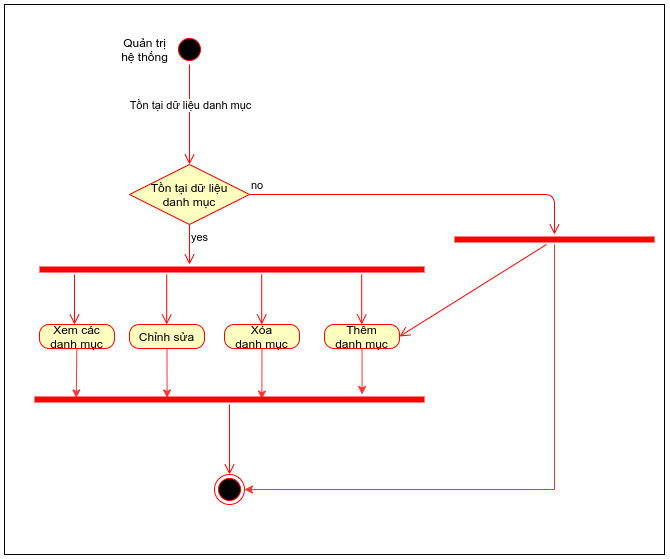
Before: img/UML/Admin/danhmucActivity.png, a diagram exported from draw.io (namgold/LVTN_REPORT). Source tidied: cells renumbered, new cells last; positions are measured from the earlier drawing's top-left corner, leaving out a move shared by most shapes.
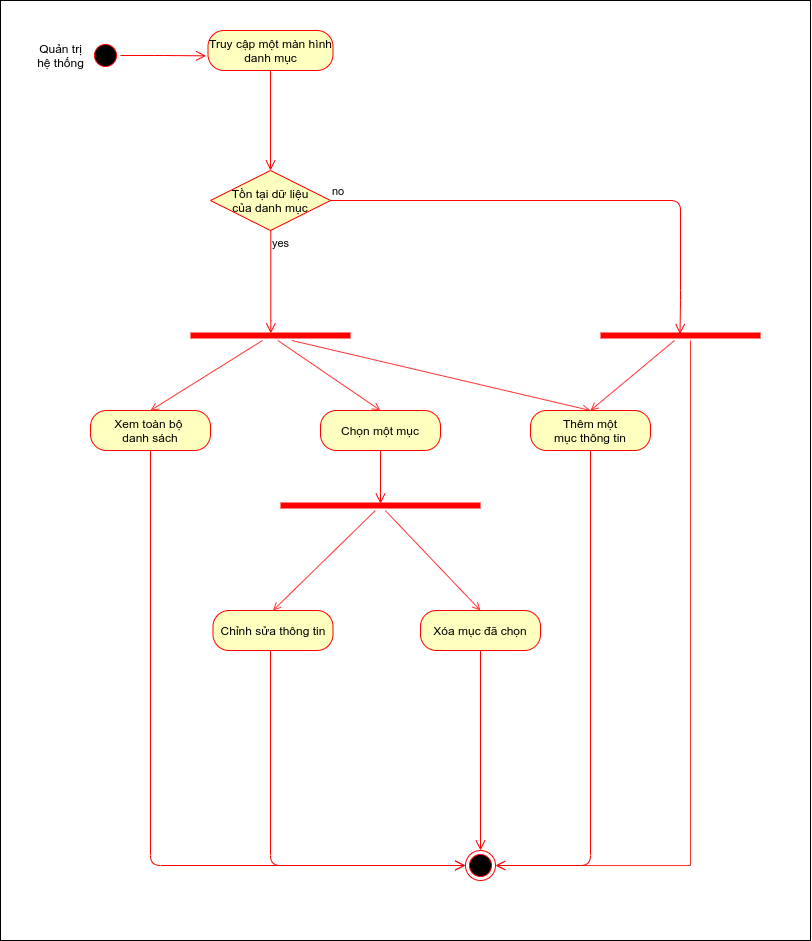
The same file after the commit.

What changed in the source:
```diff
@@ -2,115 +2,121 @@
   <root>
     <mxCell id="0" />
     <mxCell id="1" parent="0" />
-    <mxCell id="2" style="ellipse;html=1;shape=startState;fillColor=#000000;strokeColor=#ff0000;" parent="1" vertex="1">
-      <mxGeometry x="170" y="30" width="30" height="30" as="geometry" />
-    </mxCell>
-    <mxCell id="3" style="edgeStyle=orthogonalEdgeStyle;html=1;verticalAlign=bottom;endArrow=open;endSize=8;strokeColor=#ff0000;" parent="1" edge="1" source="2">
-      <mxGeometry relative="1" as="geometry">
-        <mxPoint x="185" y="160" as="targetPoint" />
-      </mxGeometry>
-    </mxCell>
-    <mxCell id="4" value="Tồn tại dữ liệu danh mục" style="edgeLabel;html=1;align=center;verticalAlign=middle;" parent="3" vertex="1">
-      <mxGeometry x="-0.61" relative="1" as="geometry">
-        <mxPoint y="20.3" as="offset" />
-      </mxGeometry>
-    </mxCell>
     <mxCell id="5" value="Quản trị&lt;br&gt;hệ thống" style="text;html=1;align=center;verticalAlign=middle;" parent="1" vertex="1">
-      <mxGeometry x="110" y="30" width="60" height="30" as="geometry" />
+      <mxGeometry x="10" y="-10" width="60" height="30" as="geometry" />
     </mxCell>
-    <mxCell id="6" value="Tồn tại dữ liệu&lt;br&gt;danh mục" style="rhombus;whiteSpace=wrap;html=1;fillColor=#ffffc0;strokeColor=#ff0000;" parent="1" vertex="1">
-      <mxGeometry x="125" y="160" width="120" height="60" as="geometry" />
+    <mxCell id="6" value="Tồn tại dữ liệu&lt;br&gt;của danh mục" style="rhombus;whiteSpace=wrap;html=1;fillColor=#ffffc0;strokeColor=#ff0000;" parent="1" vertex="1">
+      <mxGeometry x="190" y="120" width="120" height="60" as="geometry" />
     </mxCell>
-    <mxCell id="7" value="no" style="edgeStyle=orthogonalEdgeStyle;html=1;align=left;verticalAlign=bottom;endArrow=open;endSize=8;strokeColor=#ff0000;exitX=1;exitY=0.5;exitDx=0;exitDy=0;" parent="1" edge="1" source="6">
+    <mxCell id="7" value="no" style="edgeStyle=orthogonalEdgeStyle;html=1;align=left;verticalAlign=bottom;endArrow=open;endSize=8;strokeColor=#ff0000;exitX=1;exitY=0.5;exitDx=0;exitDy=0;entryX=0.497;entryY=0.357;entryDx=0;entryDy=0;entryPerimeter=0;" parent="1" edge="1" source="6" target="26">
       <mxGeometry x="-1" relative="1" as="geometry">
-        <mxPoint x="550" y="230" as="targetPoint" />
         <Array as="points">
-          <mxPoint x="550" y="190" />
+          <mxPoint x="660" y="150" />
+          <mxPoint x="660" y="250" />
+          <mxPoint x="660" y="250" />
         </Array>
       </mxGeometry>
     </mxCell>
-    <mxCell id="8" value="yes" style="edgeStyle=orthogonalEdgeStyle;html=1;align=left;verticalAlign=top;endArrow=open;endSize=8;strokeColor=#ff0000;" parent="1" edge="1" source="6">
+    <mxCell id="8" value="yes" style="edgeStyle=orthogonalEdgeStyle;html=1;align=left;verticalAlign=top;endArrow=open;endSize=8;strokeColor=#ff0000;entryX=0.502;entryY=0.286;entryDx=0;entryDy=0;entryPerimeter=0;" parent="1" edge="1" source="6" target="9">
       <mxGeometry x="-1" relative="1" as="geometry">
-        <mxPoint x="185" y="260" as="targetPoint" />
+        <Array as="points">
+          <mxPoint x="250" y="280" />
+        </Array>
       </mxGeometry>
     </mxCell>
+    <mxCell id="29" style="rounded=0;jettySize=auto;html=1;endArrow=open;endFill=0;strokeColor=#FF3333;entryX=0.5;entryY=0;entryDx=0;entryDy=0;" parent="1" edge="1" source="9" target="36">
+      <mxGeometry relative="1" as="geometry" />
+    </mxCell>
+    <mxCell id="30" style="edgeStyle=none;rounded=0;jettySize=auto;html=1;entryX=0.5;entryY=0;entryDx=0;entryDy=0;endArrow=open;endFill=0;strokeColor=#FF3333;" parent="1" edge="1" source="9" target="38">
+      <mxGeometry relative="1" as="geometry" />
+    </mxCell>
+    <mxCell id="31" style="rounded=0;jettySize=auto;html=1;entryX=0.5;entryY=0;entryDx=0;entryDy=0;endArrow=open;endFill=0;strokeColor=#FF3333;" parent="1" edge="1" source="9" target="47">
+      <mxGeometry relative="1" as="geometry" />
+    </mxCell>
     <mxCell id="9" style="shape=line;html=1;strokeWidth=6;strokeColor=#ff0000;fillColor=none;" parent="1" vertex="1">
-      <mxGeometry x="35" y="260" width="385" height="10" as="geometry" />
+      <mxGeometry x="170" y="280" width="160" height="10" as="geometry" />
     </mxCell>
-    <mxCell id="10" style="edgeStyle=none;rounded=0;jettySize=auto;html=1;entryX=0.107;entryY=0.343;entryDx=0;entryDy=0;entryPerimeter=0;strokeColor=#FF3333;" parent="1" edge="1" source="11" target="22">
-      <mxGeometry relative="1" as="geometry" />
-    </mxCell>
-    <mxCell id="11" value="Xem các danh mục" style="rounded=1;whiteSpace=wrap;html=1;arcSize=40;fontColor=#000000;fillColor=#ffffc0;strokeColor=#ff0000;" parent="1" vertex="1">
-      <mxGeometry x="35" y="320" width="75" height="24" as="geometry" />
-    </mxCell>
-    <mxCell id="12" style="edgeStyle=none;rounded=0;jettySize=auto;html=1;exitX=0.5;exitY=1;exitDx=0;exitDy=0;entryX=0.34;entryY=0.343;entryDx=0;entryDy=0;entryPerimeter=0;strokeColor=#FF3333;" parent="1" edge="1" source="13" target="22">
-      <mxGeometry relative="1" as="geometry" />
-    </mxCell>
-    <mxCell id="13" value="Chỉnh sửa" style="rounded=1;whiteSpace=wrap;html=1;arcSize=40;fontColor=#000000;fillColor=#ffffc0;strokeColor=#ff0000;" parent="1" vertex="1">
-      <mxGeometry x="125" y="320" width="75" height="24" as="geometry" />
-    </mxCell>
-    <mxCell id="14" style="edgeStyle=none;rounded=0;jettySize=auto;html=1;strokeColor=#FF3333;entryX=0.583;entryY=0.457;entryDx=0;entryDy=0;entryPerimeter=0;" parent="1" edge="1" source="15" target="22">
-      <mxGeometry relative="1" as="geometry" />
-    </mxCell>
-    <mxCell id="15" value="Xóa&lt;br&gt;danh mục" style="rounded=1;whiteSpace=wrap;html=1;arcSize=40;fontColor=#000000;fillColor=#ffffc0;strokeColor=#ff0000;" parent="1" vertex="1">
-      <mxGeometry x="220" y="320" width="75" height="24" as="geometry" />
-    </mxCell>
-    <mxCell id="16" style="edgeStyle=none;rounded=0;jettySize=auto;html=1;entryX=0.84;entryY=0;entryDx=0;entryDy=0;entryPerimeter=0;strokeColor=#FF3333;" parent="1" edge="1" source="17" target="22">
-      <mxGeometry relative="1" as="geometry" />
-    </mxCell>
-    <mxCell id="17" value="Thêm&lt;br&gt;danh mục" style="rounded=1;whiteSpace=wrap;html=1;arcSize=40;fontColor=#000000;fillColor=#ffffc0;strokeColor=#ff0000;" parent="1" vertex="1">
-      <mxGeometry x="320" y="320" width="75" height="24" as="geometry" />
-    </mxCell>
-    <mxCell id="18" style="edgeStyle=orthogonalEdgeStyle;html=1;align=left;verticalAlign=top;endArrow=open;endSize=8;strokeColor=#ff0000;" parent="1" edge="1">
-      <mxGeometry x="-1" relative="1" as="geometry">
-        <mxPoint x="70" y="270" as="sourcePoint" />
-        <mxPoint x="70" y="320" as="targetPoint" />
-      </mxGeometry>
-    </mxCell>
-    <mxCell id="19" style="edgeStyle=orthogonalEdgeStyle;html=1;align=left;verticalAlign=top;endArrow=open;endSize=8;strokeColor=#ff0000;" parent="1" edge="1">
-      <mxGeometry x="-1" relative="1" as="geometry">
-        <mxPoint x="162.2" y="270" as="sourcePoint" />
-        <mxPoint x="162.2" y="320" as="targetPoint" />
-      </mxGeometry>
-    </mxCell>
-    <mxCell id="20" style="edgeStyle=orthogonalEdgeStyle;html=1;align=left;verticalAlign=top;endArrow=open;endSize=8;strokeColor=#ff0000;" parent="1" edge="1">
-      <mxGeometry x="-1" relative="1" as="geometry">
-        <mxPoint x="257.2" y="270" as="sourcePoint" />
-        <mxPoint x="257.2" y="320" as="targetPoint" />
-      </mxGeometry>
-    </mxCell>
-    <mxCell id="21" style="edgeStyle=orthogonalEdgeStyle;html=1;align=left;verticalAlign=top;endArrow=open;endSize=8;strokeColor=#ff0000;" parent="1" edge="1">
-      <mxGeometry x="-1" relative="1" as="geometry">
-        <mxPoint x="357.2" y="270" as="sourcePoint" />
-        <mxPoint x="357.2" y="320" as="targetPoint" />
-      </mxGeometry>
-    </mxCell>
-    <mxCell id="22" style="shape=line;html=1;strokeWidth=6;strokeColor=#ff0000;fillColor=none;" parent="1" vertex="1">
-      <mxGeometry x="30" y="390" width="390" height="10" as="geometry" />
-    </mxCell>
-    <mxCell id="23" style="edgeStyle=orthogonalEdgeStyle;html=1;verticalAlign=bottom;endArrow=open;endSize=8;strokeColor=#ff0000;" parent="1" edge="1" source="22">
-      <mxGeometry relative="1" as="geometry">
-        <mxPoint x="225" y="470" as="targetPoint" />
-      </mxGeometry>
-    </mxCell>
-    <mxCell id="24" style="ellipse;html=1;shape=endState;fillColor=#000000;strokeColor=#ff0000;" parent="1" vertex="1">
-      <mxGeometry x="210" y="470" width="30" height="30" as="geometry" />
-    </mxCell>
-    <mxCell id="25" style="edgeStyle=orthogonalEdgeStyle;rounded=0;jettySize=auto;html=1;entryX=1;entryY=0.5;entryDx=0;entryDy=0;strokeColor=#FF3333;" parent="1" edge="1" source="26" target="24">
-      <mxGeometry relative="1" as="geometry">
-        <Array as="points">
-          <mxPoint x="550" y="485" />
-        </Array>
-      </mxGeometry>
-    </mxCell>
+    <mxCell id="32" style="edgeStyle=none;rounded=0;jettySize=auto;html=1;entryX=0.5;entryY=0;entryDx=0;entryDy=0;endArrow=open;endFill=0;strokeColor=#FF3333;" parent="1" edge="1" source="26" target="47">
+      <mxGeometry relative="1" as="geometry" />
+    </mxCell>
+    <mxCell id="33" style="edgeStyle=orthogonalEdgeStyle;rounded=0;jettySize=auto;html=1;endArrow=open;endFill=0;strokeColor=#FF3333;entryX=1;entryY=0.5;entryDx=0;entryDy=0;" parent="1" edge="1" source="26" target="49">
+      <mxGeometry relative="1" as="geometry">
+        <Array as="points">
+          <mxPoint x="670" y="815" />
+        </Array>
+      </mxGeometry>
+    </mxCell>
     <mxCell id="26" style="shape=line;html=1;strokeWidth=6;strokeColor=#ff0000;" parent="1" vertex="1">
-      <mxGeometry x="450" y="230" width="200" height="10" as="geometry" />
+      <mxGeometry x="580" y="280" width="160" height="10" as="geometry" />
     </mxCell>
-    <mxCell id="27" style="html=1;verticalAlign=bottom;endArrow=open;endSize=8;strokeColor=#ff0000;entryX=1;entryY=0.5;entryDx=0;entryDy=0;" parent="1" edge="1" source="26" target="17">
-      <mxGeometry relative="1" as="geometry" />
-    </mxCell>
-    <mxCell id="28" style="rounded=0;whiteSpace=wrap;html=1;fillColor=none;" parent="1" vertex="1">
-      <mxGeometry width="660" height="550" as="geometry" />
-    </mxCell>
+    <mxCell id="34" value="Truy cập một màn hình danh mục" style="rounded=1;whiteSpace=wrap;html=1;arcSize=40;fontColor=#000000;fillColor=#ffffc0;strokeColor=#ff0000;" parent="1" vertex="1">
+      <mxGeometry x="187.5" y="-20" width="125" height="40" as="geometry" />
+    </mxCell>
+    <mxCell id="35" style="edgeStyle=orthogonalEdgeStyle;html=1;verticalAlign=bottom;endArrow=open;endSize=8;strokeColor=#ff0000;entryX=0.5;entryY=0;entryDx=0;entryDy=0;" parent="1" edge="1" source="34" target="6">
+      <mxGeometry relative="1" as="geometry" />
+    </mxCell>
+    <mxCell id="36" value="Xem toàn bộ &lt;br&gt;danh sách" style="rounded=1;whiteSpace=wrap;html=1;arcSize=40;fontColor=#000000;fillColor=#ffffc0;strokeColor=#ff0000;" parent="1" vertex="1">
+      <mxGeometry x="70" y="360" width="120" height="40" as="geometry" />
+    </mxCell>
+    <mxCell id="37" style="edgeStyle=orthogonalEdgeStyle;html=1;verticalAlign=bottom;endArrow=open;endSize=8;strokeColor=#ff0000;entryX=0;entryY=0.5;entryDx=0;entryDy=0;" parent="1" edge="1" source="36" target="49">
+      <mxGeometry relative="1" as="geometry">
+        <Array as="points">
+          <mxPoint x="130" y="815" />
+        </Array>
+      </mxGeometry>
+    </mxCell>
+    <mxCell id="38" value="Chọn một mục" style="rounded=1;whiteSpace=wrap;html=1;arcSize=40;fontColor=#000000;fillColor=#ffffc0;strokeColor=#ff0000;" parent="1" vertex="1">
+      <mxGeometry x="300" y="360" width="120" height="40" as="geometry" />
+    </mxCell>
+    <mxCell id="39" style="edgeStyle=orthogonalEdgeStyle;html=1;verticalAlign=bottom;endArrow=open;endSize=8;strokeColor=#ff0000;entryX=0.5;entryY=0.31;entryDx=0;entryDy=0;entryPerimeter=0;" parent="1" edge="1" source="38" target="42">
+      <mxGeometry relative="1" as="geometry" />
+    </mxCell>
+    <mxCell id="40" style="edgeStyle=none;rounded=0;jettySize=auto;html=1;entryX=0.5;entryY=0;entryDx=0;entryDy=0;endArrow=open;endFill=0;strokeColor=#FF3333;" parent="1" edge="1" source="42" target="43">
+      <mxGeometry relative="1" as="geometry" />
+    </mxCell>
+    <mxCell id="41" style="edgeStyle=none;rounded=0;jettySize=auto;html=1;entryX=0.5;entryY=0;entryDx=0;entryDy=0;endArrow=open;endFill=0;strokeColor=#FF3333;" parent="1" edge="1" source="42" target="45">
+      <mxGeometry relative="1" as="geometry" />
+    </mxCell>
+    <mxCell id="42" style="shape=line;html=1;strokeWidth=6;strokeColor=#ff0000;" parent="1" vertex="1">
+      <mxGeometry x="260" y="450" width="200" height="10" as="geometry" />
+    </mxCell>
+    <mxCell id="43" value="Chỉnh sửa thông tin" style="rounded=1;whiteSpace=wrap;html=1;arcSize=40;fontColor=#000000;fillColor=#ffffc0;strokeColor=#ff0000;" parent="1" vertex="1">
+      <mxGeometry x="192.5" y="560" width="120" height="40" as="geometry" />
+    </mxCell>
+    <mxCell id="44" style="edgeStyle=orthogonalEdgeStyle;html=1;verticalAlign=bottom;endArrow=open;endSize=8;strokeColor=#ff0000;entryX=0;entryY=0.5;entryDx=0;entryDy=0;" parent="1" edge="1" source="43" target="49">
+      <mxGeometry relative="1" as="geometry">
+        <Array as="points">
+          <mxPoint x="250" y="815" />
+        </Array>
+      </mxGeometry>
+    </mxCell>
+    <mxCell id="45" value="Xóa mục đã chọn" style="rounded=1;whiteSpace=wrap;html=1;arcSize=40;fontColor=#000000;fillColor=#ffffc0;strokeColor=#ff0000;" parent="1" vertex="1">
+      <mxGeometry x="400" y="560" width="120" height="40" as="geometry" />
+    </mxCell>
+    <mxCell id="46" style="edgeStyle=orthogonalEdgeStyle;html=1;verticalAlign=bottom;endArrow=open;endSize=8;strokeColor=#ff0000;entryX=0.5;entryY=0;entryDx=0;entryDy=0;" parent="1" edge="1" source="45" target="49">
+      <mxGeometry relative="1" as="geometry" />
+    </mxCell>
+    <mxCell id="47" value="Thêm một&lt;br&gt;mục thông tin" style="rounded=1;whiteSpace=wrap;html=1;arcSize=40;fontColor=#000000;fillColor=#ffffc0;strokeColor=#ff0000;" parent="1" vertex="1">
+      <mxGeometry x="510" y="360" width="120" height="40" as="geometry" />
+    </mxCell>
+    <mxCell id="48" style="edgeStyle=orthogonalEdgeStyle;html=1;verticalAlign=bottom;endArrow=open;endSize=8;strokeColor=#ff0000;entryX=1;entryY=0.5;entryDx=0;entryDy=0;" parent="1" edge="1" source="47" target="49">
+      <mxGeometry relative="1" as="geometry">
+        <Array as="points">
+          <mxPoint x="570" y="815" />
+        </Array>
+      </mxGeometry>
+    </mxCell>
+    <mxCell id="49" style="ellipse;html=1;shape=endState;fillColor=#000000;strokeColor=#ff0000;" parent="1" vertex="1">
+      <mxGeometry x="445" y="800" width="30" height="30" as="geometry" />
+    </mxCell>
+    <mxCell id="50" style="ellipse;html=1;shape=startState;fillColor=#000000;strokeColor=#ff0000;" parent="1" vertex="1">
+      <mxGeometry x="70" y="-10" width="30" height="30" as="geometry" />
+    </mxCell>
+    <mxCell id="51" style="edgeStyle=orthogonalEdgeStyle;html=1;verticalAlign=bottom;endArrow=open;endSize=8;strokeColor=#ff0000;entryX=-0.015;entryY=0.633;entryDx=0;entryDy=0;entryPerimeter=0;" parent="1" edge="1" source="50" target="34">
+      <mxGeometry relative="1" as="geometry" />
+    </mxCell>
+    <mxCell id="52" style="rounded=0;whiteSpace=wrap;html=1;fillColor=none;shadow=0;sketch=0;glass=0;" parent="1" vertex="1">
+      <mxGeometry x="-20" y="-50" width="810" height="940" as="geometry" />
+    </mxCell>
   </root>
 </mxGraphModel>
```
